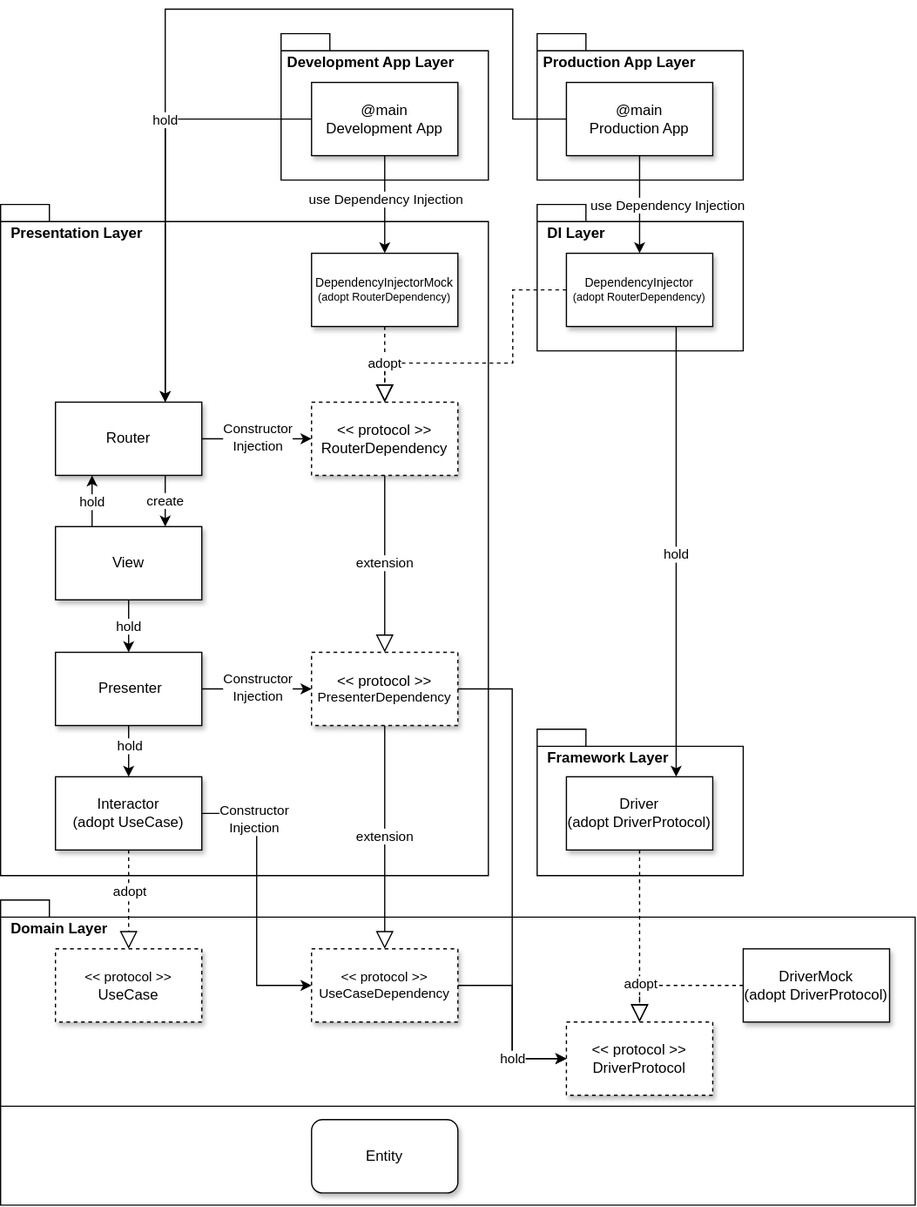
Above: asset/drawio/architecture.drawio.svg in suguruTakahashi-1234/fia-practical-sample (draw.io), before the change. Source tidied: cells renumbered, new cells last; positions are measured from the earlier drawing's top-left corner, leaving out a move shared by most shapes.
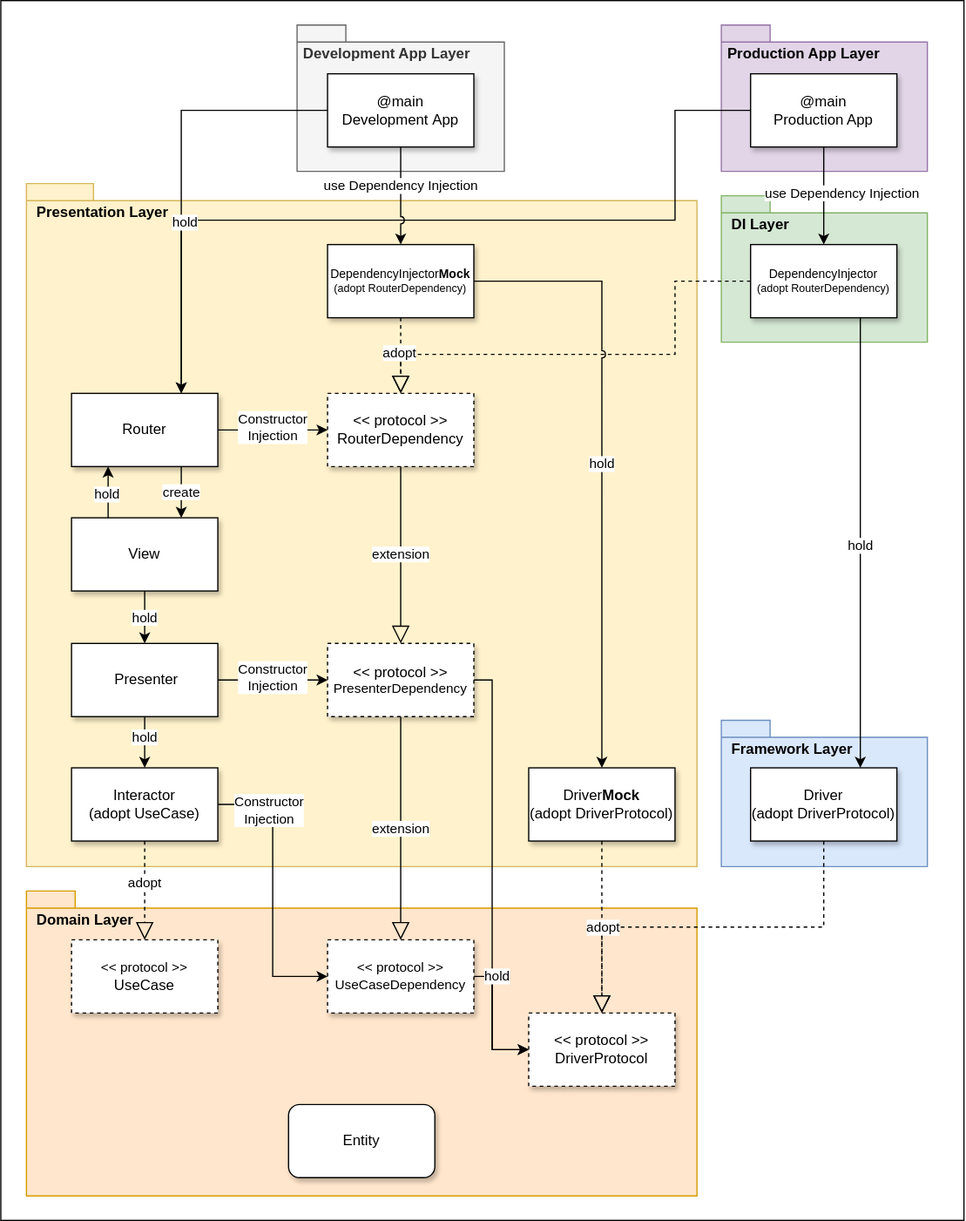
Later version of the same file.

The edit, as a diff of the source:
```diff
@@ -4,13 +4,16 @@
     <mxCell id="1" parent="0" />
+    <mxCell id="58" style="rounded=0;whiteSpace=wrap;html=1;" parent="1" vertex="1">
+      <mxGeometry x="-21" y="10" width="790" height="1000" as="geometry" />
+    </mxCell>
-    <mxCell id="2" value="&amp;nbsp; DI Layer" style="shape=folder;fontStyle=1;spacingTop=10;tabWidth=40;tabHeight=14;tabPosition=left;html=1;whiteSpace=wrap;align=left;horizontal=1;verticalAlign=top;" parent="1" vertex="1">
-      <mxGeometry x="440" y="160" width="169" height="120" as="geometry" />
+    <mxCell id="2" value="&amp;nbsp; DI Layer" style="shape=folder;fontStyle=1;spacingTop=10;tabWidth=40;tabHeight=14;tabPosition=left;html=1;whiteSpace=wrap;align=left;horizontal=1;verticalAlign=top;fillColor=#d5e8d4;strokeColor=#82b366;" parent="1" vertex="1">
+      <mxGeometry x="570" y="170" width="169" height="120" as="geometry" />
     </mxCell>
-    <mxCell id="3" value="&lt;span style=&quot;text-align: center;&quot;&gt;&amp;nbsp; Framework &lt;/span&gt;&lt;span style=&quot;text-align: center;&quot;&gt;Layer&lt;/span&gt;" style="shape=folder;fontStyle=1;spacingTop=10;tabWidth=40;tabHeight=14;tabPosition=left;html=1;whiteSpace=wrap;align=left;horizontal=1;verticalAlign=top;" parent="1" vertex="1">
-      <mxGeometry x="440" y="590" width="169" height="120" as="geometry" />
+    <mxCell id="3" value="&lt;span style=&quot;text-align: center;&quot;&gt;&amp;nbsp; Framework &lt;/span&gt;&lt;span style=&quot;text-align: center;&quot;&gt;Layer&lt;/span&gt;" style="shape=folder;fontStyle=1;spacingTop=10;tabWidth=40;tabHeight=14;tabPosition=left;html=1;whiteSpace=wrap;align=left;horizontal=1;verticalAlign=top;fillColor=#dae8fc;strokeColor=#6c8ebf;" parent="1" vertex="1">
+      <mxGeometry x="570" y="600" width="169" height="120" as="geometry" />
     </mxCell>
-    <mxCell id="4" value="&amp;nbsp; Domain Layer" style="shape=folder;fontStyle=1;spacingTop=10;tabWidth=40;tabHeight=14;tabPosition=left;html=1;whiteSpace=wrap;align=left;horizontal=1;verticalAlign=top;" parent="1" vertex="1">
-      <mxGeometry y="730" width="750" height="250" as="geometry" />
+    <mxCell id="4" value="&amp;nbsp; Domain Layer" style="shape=folder;fontStyle=1;spacingTop=10;tabWidth=40;tabHeight=14;tabPosition=left;html=1;whiteSpace=wrap;align=left;horizontal=1;verticalAlign=top;fillColor=#ffe6cc;strokeColor=#d79b00;" parent="1" vertex="1">
+      <mxGeometry y="740" width="550" height="250" as="geometry" />
     </mxCell>
-    <mxCell id="5" value="&amp;nbsp; Presentation Layer" style="shape=folder;fontStyle=1;spacingTop=10;tabWidth=40;tabHeight=14;tabPosition=left;html=1;whiteSpace=wrap;align=left;horizontal=1;verticalAlign=top;" parent="1" vertex="1">
-      <mxGeometry y="160" width="400" height="550" as="geometry" />
+    <mxCell id="5" value="&amp;nbsp; Presentation Layer" style="shape=folder;fontStyle=1;spacingTop=10;tabWidth=40;tabHeight=14;tabPosition=left;html=1;whiteSpace=wrap;align=left;horizontal=1;verticalAlign=top;fillColor=#fff2cc;strokeColor=#d6b656;" parent="1" vertex="1">
+      <mxGeometry y="160" width="550" height="560" as="geometry" />
     </mxCell>
@@ -35,10 +38,10 @@
     </mxCell>
-    <mxCell id="11" value="&lt;font style=&quot;font-size: 10px;&quot;&gt;DependencyInjectorMock&lt;/font&gt;&lt;div style=&quot;font-size: 9px;&quot;&gt;&lt;font style=&quot;font-size: 9px;&quot;&gt;(adopt&amp;nbsp;&lt;span style=&quot;background-color: initial; font-size: 9px;&quot;&gt;RouterDependency&lt;/span&gt;&lt;span style=&quot;background-color: initial; font-size: 9px;&quot;&gt;)&lt;/span&gt;&lt;/font&gt;&lt;/div&gt;" style="rounded=0;whiteSpace=wrap;html=1;shadow=1;fontSize=9;" parent="1" vertex="1">
-      <mxGeometry x="255" y="200" width="120" height="60" as="geometry" />
+    <mxCell id="11" value="&lt;font style=&quot;font-size: 10px;&quot;&gt;DependencyInjector&lt;b&gt;Mock&lt;/b&gt;&lt;/font&gt;&lt;div style=&quot;font-size: 9px;&quot;&gt;&lt;font style=&quot;font-size: 9px;&quot;&gt;(adopt&amp;nbsp;&lt;span style=&quot;background-color: initial; font-size: 9px;&quot;&gt;RouterDependency&lt;/span&gt;&lt;span style=&quot;background-color: initial; font-size: 9px;&quot;&gt;)&lt;/span&gt;&lt;/font&gt;&lt;/div&gt;" style="rounded=0;whiteSpace=wrap;html=1;shadow=1;fontSize=9;" parent="1" vertex="1">
+      <mxGeometry x="247" y="210" width="120" height="60" as="geometry" />
     </mxCell>
     <mxCell id="12" value="Router" style="rounded=0;whiteSpace=wrap;html=1;shadow=1;" parent="1" vertex="1">
-      <mxGeometry x="45" y="322" width="120" height="60" as="geometry" />
+      <mxGeometry x="37" y="332" width="120" height="60" as="geometry" />
     </mxCell>
     <mxCell id="13" value="View" style="rounded=0;whiteSpace=wrap;html=1;shadow=1;" parent="1" vertex="1">
-      <mxGeometry x="45" y="424" width="120" height="60" as="geometry" />
+      <mxGeometry x="37" y="434" width="120" height="60" as="geometry" />
     </mxCell>
@@ -47,4 +50,4 @@
         <Array as="points">
-          <mxPoint x="135" y="410" />
-          <mxPoint x="135" y="410" />
+          <mxPoint x="127" y="420" />
+          <mxPoint x="127" y="420" />
         </Array>
@@ -55,4 +58,4 @@
         <Array as="points">
-          <mxPoint x="75" y="400" />
-          <mxPoint x="75" y="400" />
+          <mxPoint x="67" y="410" />
+          <mxPoint x="67" y="410" />
         </Array>
@@ -66,9 +69,9 @@
     <mxCell id="17" value="&amp;nbsp;Presenter" style="rounded=0;whiteSpace=wrap;html=1;shadow=1;" parent="1" vertex="1">
-      <mxGeometry x="45" y="527" width="120" height="60" as="geometry" />
+      <mxGeometry x="37" y="537" width="120" height="60" as="geometry" />
     </mxCell>
     <mxCell id="18" value="hold" style="endArrow=classic;html=1;rounded=0;exitX=0.5;exitY=1;exitDx=0;exitDy=0;" parent="1" edge="1" source="13" target="17">
-      <mxGeometry x="0.01" relative="1" as="geometry" />
+      <mxGeometry x="0.02" relative="1" as="geometry" />
     </mxCell>
     <mxCell id="19" value="Interactor&lt;div&gt;(adopt UseCase)&lt;br&gt;&lt;/div&gt;" style="rounded=0;whiteSpace=wrap;html=1;shadow=1;" parent="1" vertex="1">
-      <mxGeometry x="45" y="629" width="120" height="60" as="geometry" />
+      <mxGeometry x="37" y="639" width="120" height="60" as="geometry" />
     </mxCell>
@@ -81,3 +84,3 @@
     <mxCell id="22" value="&lt;div&gt;&lt;div style=&quot;font-size: 12px;&quot;&gt;&amp;lt;&amp;lt; protocol &amp;gt;&amp;gt;&lt;/div&gt;&lt;/div&gt;PresenterDependency" style="rounded=0;whiteSpace=wrap;html=1;dashed=1;shadow=1;fontSize=11;" parent="1" vertex="1">
-      <mxGeometry x="255" y="527" width="120" height="60" as="geometry" />
+      <mxGeometry x="247" y="537" width="120" height="60" as="geometry" />
     </mxCell>
@@ -90,3 +93,3 @@
     <mxCell id="25" value="&lt;div&gt;&lt;div&gt;&amp;lt;&amp;lt; protocol &amp;gt;&amp;gt;&lt;/div&gt;&lt;/div&gt;RouterDependency" style="rounded=0;whiteSpace=wrap;html=1;dashed=1;shadow=1;" parent="1" vertex="1">
-      <mxGeometry x="255" y="322" width="120" height="60" as="geometry" />
+      <mxGeometry x="247" y="332" width="120" height="60" as="geometry" />
     </mxCell>
@@ -102,28 +105,25 @@
     <mxCell id="29" value="&lt;div&gt;&lt;span style=&quot;font-size: 11px;&quot;&gt;&amp;lt;&amp;lt; protocol &amp;gt;&amp;gt;&lt;/span&gt;&lt;br&gt;&lt;/div&gt;UseCase" style="rounded=0;whiteSpace=wrap;html=1;dashed=1;shadow=1;" parent="1" vertex="1">
-      <mxGeometry x="45" y="770" width="120" height="60" as="geometry" />
+      <mxGeometry x="37" y="780" width="120" height="60" as="geometry" />
     </mxCell>
     <mxCell id="30" value="Entity" style="rounded=1;whiteSpace=wrap;html=1;shadow=1;" parent="1" vertex="1">
-      <mxGeometry x="255" y="910" width="120" height="60" as="geometry" />
+      <mxGeometry x="215" y="915" width="120" height="60" as="geometry" />
     </mxCell>
     <mxCell id="31" value="&lt;div style=&quot;font-size: 11px;&quot;&gt;&lt;div style=&quot;font-size: 11px;&quot;&gt;&amp;lt;&amp;lt; protocol &amp;gt;&amp;gt;&lt;/div&gt;&lt;/div&gt;UseCaseDependency" style="rounded=0;whiteSpace=wrap;html=1;dashed=1;shadow=1;fontSize=11;" parent="1" vertex="1">
-      <mxGeometry x="255" y="770" width="120" height="60" as="geometry" />
+      <mxGeometry x="247" y="780" width="120" height="60" as="geometry" />
     </mxCell>
     <mxCell id="32" value="&lt;div&gt;&amp;lt;&amp;lt; protocol &amp;gt;&amp;gt;&lt;br&gt;&lt;/div&gt;DriverProtocol" style="rounded=0;whiteSpace=wrap;html=1;dashed=1;shadow=1;" parent="1" vertex="1">
-      <mxGeometry x="464" y="830" width="120" height="60" as="geometry" />
+      <mxGeometry x="412" y="840" width="120" height="60" as="geometry" />
     </mxCell>
-    <mxCell id="33" style="line;strokeWidth=1;fillColor=none;align=left;verticalAlign=middle;spacingTop=-1;spacingLeft=3;spacingRight=3;labelPosition=right;strokeColor=inherit;" parent="1" vertex="1">
-      <mxGeometry y="895" width="750" height="8" as="geometry" />
-    </mxCell>
     <mxCell id="34" value="&lt;font style=&quot;font-size: 12px;&quot;&gt;Driver&lt;/font&gt;&lt;div style=&quot;&quot;&gt;&lt;font style=&quot;font-size: 12px;&quot;&gt;(adopt DriverProtocol)&lt;/font&gt;&lt;br&gt;&lt;/div&gt;" style="rounded=0;whiteSpace=wrap;html=1;shadow=1;" parent="1" vertex="1">
-      <mxGeometry x="464" y="629" width="120" height="60" as="geometry" />
+      <mxGeometry x="594" y="639" width="120" height="60" as="geometry" />
     </mxCell>
     <mxCell id="35" value="&lt;font style=&quot;font-size: 10px;&quot;&gt;DependencyInjector&lt;/font&gt;&lt;div style=&quot;font-size: 9px;&quot;&gt;&lt;font style=&quot;font-size: 9px;&quot;&gt;(adopt&amp;nbsp;&lt;span style=&quot;background-color: initial; font-size: 9px;&quot;&gt;RouterDependency&lt;/span&gt;&lt;span style=&quot;background-color: initial; font-size: 9px;&quot;&gt;)&lt;/span&gt;&lt;/font&gt;&lt;/div&gt;" style="rounded=0;whiteSpace=wrap;html=1;shadow=1;fontSize=9;" parent="1" vertex="1">
-      <mxGeometry x="464" y="200" width="120" height="60" as="geometry" />
+      <mxGeometry x="594" y="210" width="120" height="60" as="geometry" />
     </mxCell>
-    <mxCell id="36" style="endArrow=block;dashed=1;endFill=0;endSize=12;html=1;rounded=0;edgeStyle=orthogonalEdgeStyle;entryX=0.5;entryY=0;entryDx=0;entryDy=0;exitX=0;exitY=0.5;exitDx=0;exitDy=0;" parent="1" edge="1" source="35" target="25">
+    <mxCell id="36" style="endArrow=block;dashed=1;endFill=0;endSize=12;html=1;rounded=0;edgeStyle=orthogonalEdgeStyle;entryX=0.5;entryY=0;entryDx=0;entryDy=0;exitX=0;exitY=0.5;exitDx=0;exitDy=0;jumpStyle=arc;" parent="1" edge="1" source="35" target="25">
       <mxGeometry relative="1" as="geometry">
         <Array as="points">
-          <mxPoint x="420" y="230" />
-          <mxPoint x="420" y="290" />
-          <mxPoint x="315" y="290" />
+          <mxPoint x="532" y="240" />
+          <mxPoint x="532" y="300" />
+          <mxPoint x="307" y="300" />
         </Array>
@@ -142,34 +142,35 @@
     </mxCell>
-    <mxCell id="40" value="&amp;nbsp;Development App Layer" style="shape=folder;fontStyle=1;spacingTop=10;tabWidth=40;tabHeight=14;tabPosition=left;html=1;whiteSpace=wrap;align=left;horizontal=1;verticalAlign=top;" parent="1" vertex="1">
-      <mxGeometry x="230" y="20" width="170" height="120" as="geometry" />
+    <mxCell id="40" value="&amp;nbsp;Development App Layer" style="shape=folder;fontStyle=1;spacingTop=10;tabWidth=40;tabHeight=14;tabPosition=left;html=1;whiteSpace=wrap;align=left;horizontal=1;verticalAlign=top;fillColor=#f5f5f5;fontColor=#333333;strokeColor=#666666;" parent="1" vertex="1">
+      <mxGeometry x="222" y="30" width="170" height="120" as="geometry" />
     </mxCell>
     <mxCell id="41" style="endArrow=classic;html=1;rounded=0;exitX=1;exitY=0.5;exitDx=0;exitDy=0;entryX=0;entryY=0.5;entryDx=0;entryDy=0;edgeStyle=orthogonalEdgeStyle;" parent="1" edge="1" source="31" target="32">
-      <mxGeometry relative="1" as="geometry" />
+      <mxGeometry relative="1" as="geometry">
+        <Array as="points">
+          <mxPoint x="382" y="810" />
+          <mxPoint x="382" y="870" />
+        </Array>
+      </mxGeometry>
     </mxCell>
     <mxCell id="42" style="endArrow=classic;html=1;rounded=0;exitX=1;exitY=0.5;exitDx=0;exitDy=0;edgeStyle=orthogonalEdgeStyle;entryX=0;entryY=0.5;entryDx=0;entryDy=0;" parent="1" edge="1" source="22" target="32">
-      <mxGeometry relative="1" as="geometry" />
+      <mxGeometry relative="1" as="geometry">
+        <Array as="points">
+          <mxPoint x="382" y="567" />
+          <mxPoint x="382" y="870" />
+        </Array>
+      </mxGeometry>
     </mxCell>
-    <mxCell id="43" value="hold" style="edgeLabel;html=1;align=center;verticalAlign=middle;" parent="42" vertex="1">
-      <mxGeometry x="0.32" relative="1" as="geometry">
-        <mxPoint y="88" as="offset" />
-      </mxGeometry>
-    </mxCell>
+    <mxCell id="59" value="hold" style="edgeLabel;html=1;align=center;verticalAlign=middle;" parent="42" vertex="1">
+      <mxGeometry x="0.27" y="1" relative="1" as="geometry">
+        <mxPoint x="3" y="37" as="offset" />
+      </mxGeometry>
+    </mxCell>
     <mxCell id="44" value="@main&lt;br&gt;&lt;div&gt;&lt;span style=&quot;text-align: left; background-color: initial;&quot;&gt;Development&amp;nbsp;&lt;/span&gt;App&lt;/div&gt;" style="rounded=0;whiteSpace=wrap;html=1;shadow=1;" parent="1" vertex="1">
-      <mxGeometry x="255" y="60" width="120" height="60" as="geometry" />
+      <mxGeometry x="247" y="70" width="120" height="60" as="geometry" />
     </mxCell>
-    <mxCell id="45" value="&amp;nbsp;Production App Layer" style="shape=folder;fontStyle=1;spacingTop=10;tabWidth=40;tabHeight=14;tabPosition=left;html=1;whiteSpace=wrap;align=left;horizontal=1;verticalAlign=top;" parent="1" vertex="1">
-      <mxGeometry x="440" y="20" width="169" height="120" as="geometry" />
+    <mxCell id="45" value="&amp;nbsp;Production App Layer" style="shape=folder;fontStyle=1;spacingTop=10;tabWidth=40;tabHeight=14;tabPosition=left;html=1;whiteSpace=wrap;align=left;horizontal=1;verticalAlign=top;fillColor=#e1d5e7;strokeColor=#9673a6;" parent="1" vertex="1">
+      <mxGeometry x="570" y="30" width="169" height="120" as="geometry" />
     </mxCell>
     <mxCell id="46" value="@main&lt;div&gt;Production App&lt;/div&gt;" style="rounded=0;whiteSpace=wrap;html=1;shadow=1;" parent="1" vertex="1">
-      <mxGeometry x="464" y="60" width="120" height="60" as="geometry" />
+      <mxGeometry x="594" y="70" width="120" height="60" as="geometry" />
     </mxCell>
-    <mxCell id="47" style="endArrow=classic;html=1;rounded=0;exitX=0;exitY=0.5;exitDx=0;exitDy=0;entryX=0.75;entryY=0;entryDx=0;entryDy=0;edgeStyle=orthogonalEdgeStyle;" parent="1" edge="1" source="46" target="12">
-      <mxGeometry x="0.01" relative="1" as="geometry">
-        <Array as="points">
-          <mxPoint x="420" y="90" />
-          <mxPoint x="420" />
-          <mxPoint x="135" />
-        </Array>
-      </mxGeometry>
-    </mxCell>
     <mxCell id="48" style="endArrow=classic;html=1;rounded=0;exitX=0;exitY=0.5;exitDx=0;exitDy=0;entryX=0.75;entryY=0;entryDx=0;entryDy=0;edgeStyle=orthogonalEdgeStyle;" parent="1" edge="1" source="44" target="12">
@@ -177,18 +178,2 @@
     </mxCell>
-    <mxCell id="49" value="hold" style="edgeLabel;html=1;align=center;verticalAlign=middle;" parent="48" vertex="1">
-      <mxGeometry x="-0.42" relative="1" as="geometry">
-        <mxPoint x="-18" as="offset" />
-      </mxGeometry>
-    </mxCell>
-    <mxCell id="50" style="endArrow=classic;html=1;rounded=0;entryX=0.5;entryY=0;entryDx=0;entryDy=0;exitX=0.5;exitY=1;exitDx=0;exitDy=0;edgeStyle=orthogonalEdgeStyle;" parent="1" edge="1" source="44" target="11">
-      <mxGeometry x="-0.01" relative="1" as="geometry">
-        <Array as="points">
-          <mxPoint x="315" y="160" />
-          <mxPoint x="315" y="160" />
-        </Array>
-      </mxGeometry>
-    </mxCell>
-    <mxCell id="51" value="use Dependency Injection" style="edgeLabel;html=1;align=center;verticalAlign=middle;" parent="50" vertex="1">
-      <mxGeometry x="-0.1" relative="1" as="geometry" />
-    </mxCell>
     <mxCell id="52" style="endArrow=classic;html=1;rounded=0;entryX=0.5;entryY=0;entryDx=0;entryDy=0;exitX=0.5;exitY=1;exitDx=0;exitDy=0;edgeStyle=orthogonalEdgeStyle;" parent="1" edge="1" source="46" target="35">
@@ -196,4 +181,4 @@
         <Array as="points">
-          <mxPoint x="514" y="160" />
-          <mxPoint x="514" y="160" />
+          <mxPoint x="626" y="170" />
+          <mxPoint x="626" y="170" />
         </Array>
@@ -203,12 +188,12 @@
       <mxGeometry x="-0.1" relative="1" as="geometry">
-        <mxPoint x="27" as="offset" />
+        <mxPoint x="36" y="-2" as="offset" />
       </mxGeometry>
     </mxCell>
-    <mxCell id="54" value="&lt;font style=&quot;font-size: 12px;&quot;&gt;DriverMock&lt;/font&gt;&lt;div style=&quot;&quot;&gt;&lt;font style=&quot;font-size: 12px;&quot;&gt;(adopt DriverProtocol)&lt;/font&gt;&lt;br&gt;&lt;/div&gt;" style="rounded=0;whiteSpace=wrap;html=1;shadow=1;" parent="1" vertex="1">
-      <mxGeometry x="609" y="770" width="120" height="60" as="geometry" />
+    <mxCell id="54" value="&lt;font style=&quot;font-size: 12px;&quot;&gt;Driver&lt;b&gt;Mock&lt;/b&gt;&lt;/font&gt;&lt;div style=&quot;&quot;&gt;&lt;font style=&quot;font-size: 12px;&quot;&gt;(adopt DriverProtocol)&lt;/font&gt;&lt;br&gt;&lt;/div&gt;" style="rounded=0;whiteSpace=wrap;html=1;shadow=1;" parent="1" vertex="1">
+      <mxGeometry x="412" y="639" width="120" height="60" as="geometry" />
     </mxCell>
-    <mxCell id="55" style="endArrow=block;dashed=1;endFill=0;endSize=12;html=1;rounded=0;exitX=0;exitY=0.5;exitDx=0;exitDy=0;entryX=0.5;entryY=0;entryDx=0;entryDy=0;edgeStyle=orthogonalEdgeStyle;" parent="1" edge="1" source="54" target="32">
+    <mxCell id="55" style="endArrow=block;dashed=1;endFill=0;endSize=12;html=1;rounded=0;exitX=0.5;exitY=1;exitDx=0;exitDy=0;entryX=0.5;entryY=0;entryDx=0;entryDy=0;edgeStyle=orthogonalEdgeStyle;" parent="1" edge="1" source="54" target="32">
       <mxGeometry relative="1" as="geometry" />
     </mxCell>
-    <mxCell id="56" style="endArrow=block;dashed=1;endFill=0;endSize=12;html=1;rounded=0;exitX=0.5;exitY=1;exitDx=0;exitDy=0;entryX=0.5;entryY=0;entryDx=0;entryDy=0;" parent="1" edge="1" source="34" target="32">
+    <mxCell id="56" style="endArrow=block;dashed=1;endFill=0;endSize=12;html=1;rounded=0;exitX=0.5;exitY=1;exitDx=0;exitDy=0;entryX=0.5;entryY=0;entryDx=0;entryDy=0;edgeStyle=orthogonalEdgeStyle;" parent="1" edge="1" source="34" target="32">
       <mxGeometry relative="1" as="geometry" />
@@ -217,5 +202,39 @@
       <mxGeometry x="-0.36" y="1" relative="1" as="geometry">
-        <mxPoint x="-1" y="65" as="offset" />
+        <mxPoint x="-149" y="-1" as="offset" />
       </mxGeometry>
     </mxCell>
+    <mxCell id="47" style="endArrow=classic;html=1;rounded=0;exitX=0;exitY=0.5;exitDx=0;exitDy=0;entryX=0.75;entryY=0;entryDx=0;entryDy=0;edgeStyle=orthogonalEdgeStyle;jumpStyle=arc;" parent="1" edge="1" source="46" target="12">
+      <mxGeometry x="0.01" relative="1" as="geometry">
+        <Array as="points">
+          <mxPoint x="532" y="100" />
+          <mxPoint x="532" y="190" />
+          <mxPoint x="127" y="190" />
+        </Array>
+      </mxGeometry>
+    </mxCell>
+    <mxCell id="60" value="hold" style="edgeLabel;html=1;align=center;verticalAlign=middle;" parent="47" vertex="1">
+      <mxGeometry x="0.39" y="-1" relative="1" as="geometry">
+        <mxPoint x="-70" y="3" as="offset" />
+      </mxGeometry>
+    </mxCell>
+    <mxCell id="61" value="hold" style="endArrow=classic;html=1;rounded=0;exitX=1;exitY=0.5;exitDx=0;exitDy=0;entryX=0.5;entryY=0;entryDx=0;entryDy=0;edgeStyle=orthogonalEdgeStyle;jumpStyle=arc;" parent="1" edge="1" source="11" target="54">
+      <mxGeometry x="0.01" relative="1" as="geometry">
+        <Array as="points">
+          <mxPoint x="472" y="240" />
+        </Array>
+      </mxGeometry>
+    </mxCell>
+    <mxCell id="50" style="endArrow=classic;html=1;rounded=0;entryX=0.5;entryY=0;entryDx=0;entryDy=0;exitX=0.5;exitY=1;exitDx=0;exitDy=0;edgeStyle=orthogonalEdgeStyle;jumpStyle=arc;" parent="1" edge="1" source="44" target="11">
+      <mxGeometry x="-0.01" relative="1" as="geometry">
+        <Array as="points">
+          <mxPoint x="307" y="170" />
+          <mxPoint x="307" y="170" />
+        </Array>
+      </mxGeometry>
+    </mxCell>
+    <mxCell id="51" value="use Dependency Injection" style="edgeLabel;html=1;align=center;verticalAlign=middle;" parent="50" vertex="1">
+      <mxGeometry x="-0.1" relative="1" as="geometry">
+        <mxPoint y="-4" as="offset" />
+      </mxGeometry>
+    </mxCell>
   </root>
```
